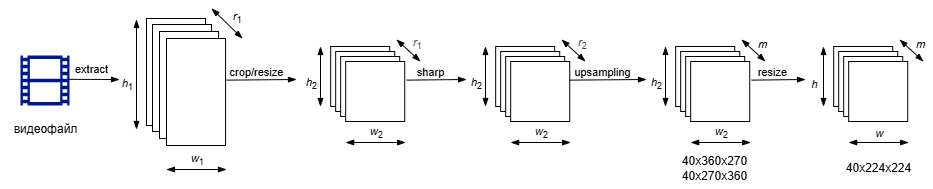
This is img/framer.drawio.png from romangorbunov91/TBDLGR, a draw.io export, as it was before one commit. Source tidied: cells renumbered, new cells last; positions are measured from the earlier drawing's top-left corner, leaving out a move shared by most shapes.
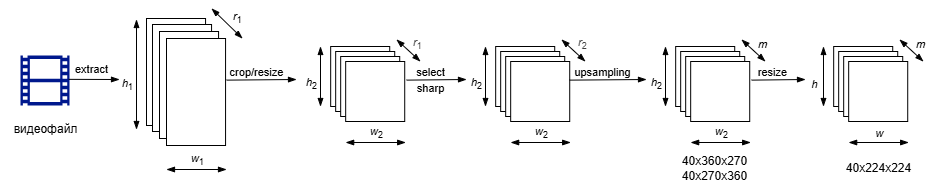
Above is the later version.

The edit, as a diff of the source:
```diff
@@ -114,11 +114,16 @@
         <mxPoint x="466" y="71" as="targetPoint" />
       </mxGeometry>
     </mxCell>
-    <mxCell id="27" value="sharp" style="edgeLabel;html=1;align=center;verticalAlign=middle;" parent="26" vertex="1">
+    <mxCell id="27" value="select" style="edgeLabel;html=1;align=center;verticalAlign=middle;" parent="26" vertex="1">
       <mxGeometry x="0.02" relative="1" as="geometry">
         <mxPoint x="-6" y="-8" as="offset" />
       </mxGeometry>
     </mxCell>
+    <mxCell id="66" value="sharp" style="edgeLabel;html=1;align=center;verticalAlign=middle;" parent="26" vertex="1">
+      <mxGeometry x="0.02" relative="1" as="geometry">
+        <mxPoint x="-6" y="8" as="offset" />
+      </mxGeometry>
+    </mxCell>
     <mxCell id="28" style="endArrow=blockThin;startArrow=blockThin;html=1;endFill=1;startFill=1;" parent="1" edge="1">
       <mxGeometry relative="1" as="geometry">
         <mxPoint x="396" y="31" as="sourcePoint" />
```
